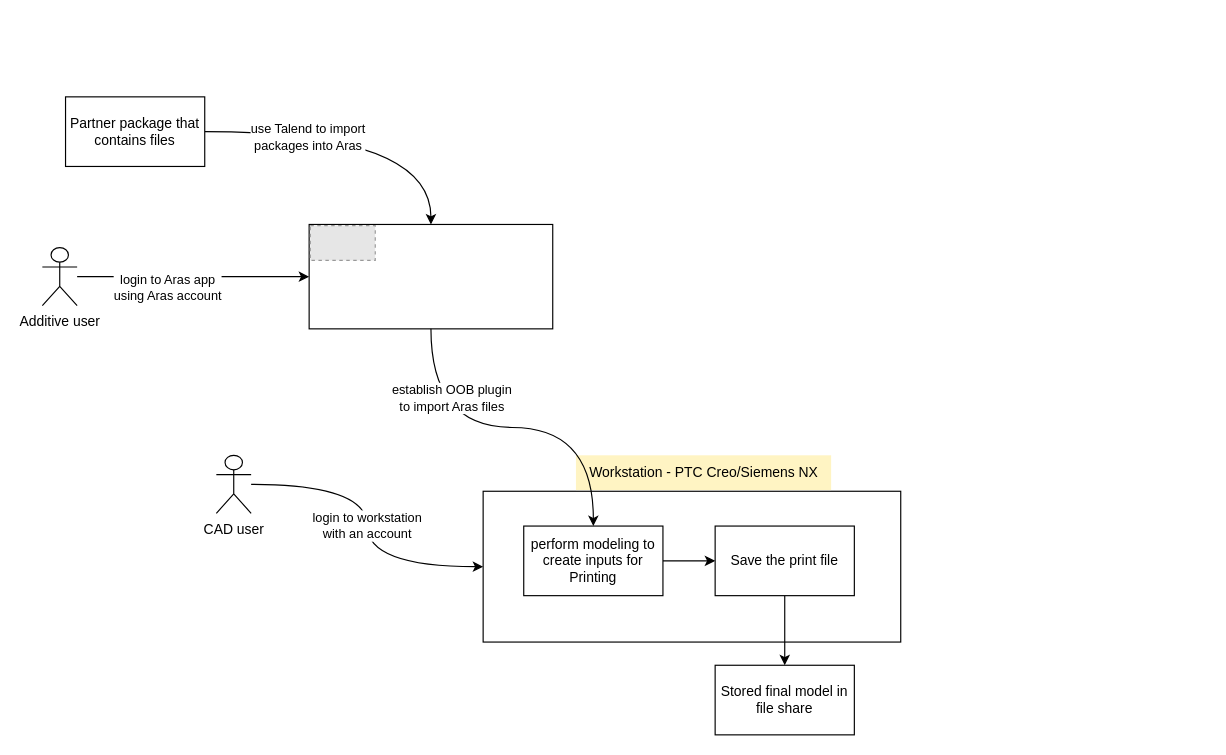
Before: page "RGBSI - DSP" (4 of 4) of Ibex - 2.drawio in coolsharepoint/Test, a draw.io diagram. Source tidied: cells renumbered, new cells numbered last; positions are measured from the earlier drawing's top-left corner, leaving out a move shared by most shapes. Both pictures are drawn from the tidied source at 116%, with x=0, y=0 at pixel (42, 96). Pictures stored in the file or linked from it are replaced by grey dashed boxes.
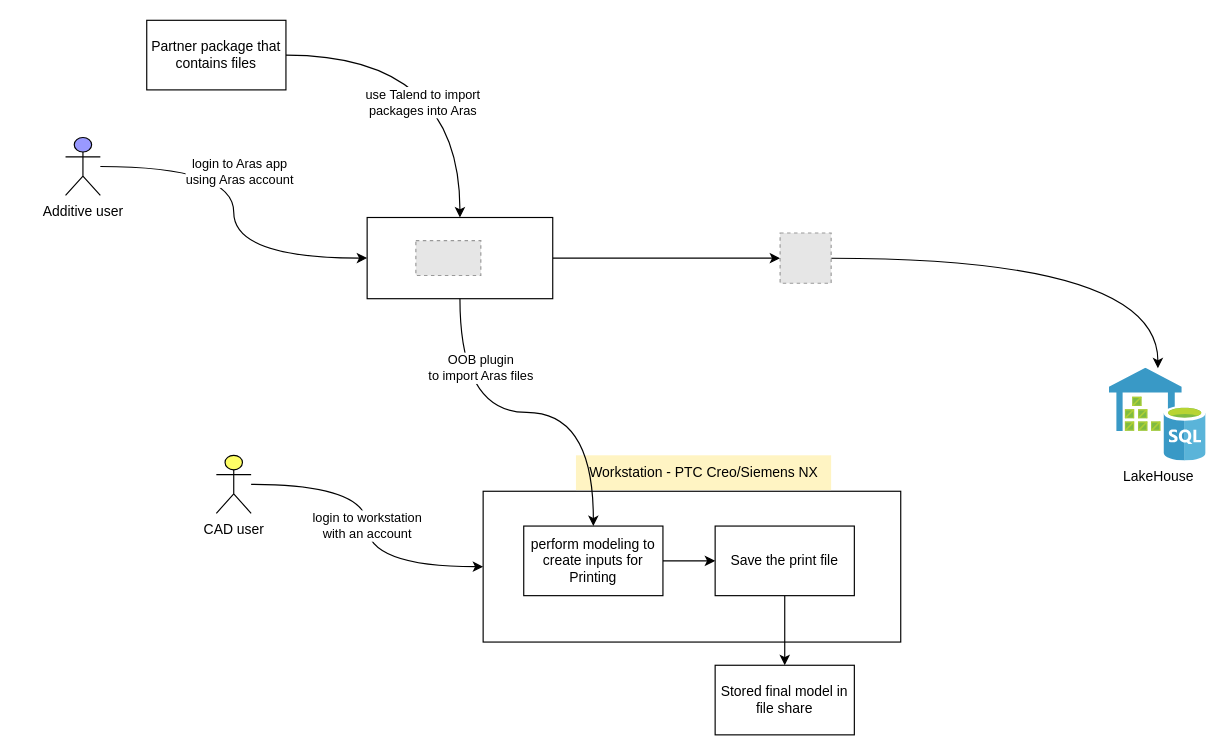
After the change.

Unchanged cells that the change refers to:
```xml
<mxCell id="12" style="edgeStyle=orthogonalEdgeStyle;rounded=0;jettySize=auto;html=1;curved=1;entryX=0.5;entryY=0;entryDx=0;entryDy=0;" parent="1" edge="1" source="14" target="11">
  <mxGeometry relative="1" as="geometry" />
</mxCell>
<mxCell id="15" style="edgeStyle=orthogonalEdgeStyle;rounded=0;jettySize=auto;html=1;entryX=0.5;entryY=0;entryDx=0;entryDy=0;curved=1;exitX=0.5;exitY=1;exitDx=0;exitDy=0;" parent="1" edge="1" source="11" target="6">
  <mxGeometry relative="1" as="geometry" />
</mxCell>
<mxCell id="17" style="edgeStyle=orthogonalEdgeStyle;rounded=0;jettySize=auto;html=1;entryX=0;entryY=0.5;entryDx=0;entryDy=0;curved=1;" parent="1" edge="1" source="19" target="11">
  <mxGeometry relative="1" as="geometry" />
</mxCell>
```

Diff of the diagram source:
```diff
@@
-    <mxCell id="3" value="CAD user" style="shape=umlActor;verticalLabelPosition=bottom;verticalAlign=top;html=1;outlineConnect=0;" parent="1" vertex="1">
+    <mxCell id="3" value="CAD user" style="shape=umlActor;verticalLabelPosition=bottom;verticalAlign=top;html=1;outlineConnect=0;fillColor=#FFFF66;" parent="1" vertex="1">
       <mxGeometry x="150" y="309" width="30" height="50" as="geometry" />
     </mxCell>
@@
+    <mxCell id="21" style="edgeStyle=orthogonalEdgeStyle;rounded=0;jettySize=auto;html=1;entryX=0;entryY=0.5;entryDx=0;entryDy=0;curved=1;" parent="1" edge="1" source="11" target="24">
+      <mxGeometry relative="1" as="geometry" />
+    </mxCell>
     <mxCell id="11" style="rounded=0;whiteSpace=wrap;html=1;" parent="1" vertex="1">
-      <mxGeometry x="230" y="110" width="210" height="90" as="geometry" />
+      <mxGeometry x="280" y="104" width="160" height="70" as="geometry" />
     </mxCell>
@@
     <mxCell id="13" value="use Talend to import &lt;br&gt;packages into Aras" style="edgeLabel;html=1;align=center;verticalAlign=middle;" parent="12" vertex="1">
-      <mxGeometry x="-0.36" y="-4" relative="1" as="geometry" />
+      <mxGeometry x="-0.36" y="-4" relative="1" as="geometry">
+        <mxPoint x="24" y="36" as="offset" />
+      </mxGeometry>
     </mxCell>
     <mxCell id="14" value="Partner package that contains files" style="rounded=0;whiteSpace=wrap;html=1;" parent="1" vertex="1">
-      <mxGeometry x="20" width="120" height="60" as="geometry" />
+      <mxGeometry x="90" y="-66" width="120" height="60" as="geometry" />
     </mxCell>
@@
-    <mxCell id="16" value="establish OOB plugin &lt;br&gt;to import Aras files" style="edgeLabel;html=1;align=center;verticalAlign=middle;" parent="15" vertex="1">
+    <mxCell id="16" value="OOB plugin &lt;br&gt;to import Aras files" style="edgeLabel;html=1;align=center;verticalAlign=middle;" parent="15" vertex="1">
       <mxGeometry x="-0.62" y="17" relative="1" as="geometry" />
     </mxCell>
@@
     <mxCell id="18" value="login to Aras app &lt;br&gt;using Aras account" style="edgeLabel;html=1;align=center;verticalAlign=middle;" parent="17" vertex="1">
-      <mxGeometry x="-0.23" y="-9" relative="1" as="geometry" />
+      <mxGeometry x="-0.23" y="-9" relative="1" as="geometry">
+        <mxPoint x="13" as="offset" />
+      </mxGeometry>
     </mxCell>
-    <mxCell id="19" value="Additive user" style="shape=umlActor;verticalLabelPosition=bottom;verticalAlign=top;html=1;outlineConnect=0;" parent="1" vertex="1">
-      <mxGeometry y="130" width="30" height="50" as="geometry" />
+    <mxCell id="19" value="Additive user" style="shape=umlActor;verticalLabelPosition=bottom;verticalAlign=top;html=1;outlineConnect=0;fillColor=#9999FF;" parent="1" vertex="1">
+      <mxGeometry x="20" y="35" width="30" height="50" as="geometry" />
     </mxCell>
     <mxCell id="20" style="fillColor=#E6E6E6;strokeColor=#999999;dashed=1;verticalLabelPosition=bottom;labelBackgroundColor=default;verticalAlign=top;" parent="1" vertex="1">
-      <mxGeometry x="231" y="111" width="56" height="30" as="geometry" />
+      <mxGeometry x="322" y="124" width="56" height="30" as="geometry" />
     </mxCell>
+    <mxCell id="22" value="LakeHouse" style="image;sketch=0;html=1;points=[];align=center;fontSize=12;image=img/lib/mscae/SQL_DataWarehouse.svg;" parent="1" vertex="1">
+      <mxGeometry x="920" y="234" width="83.3" height="80" as="geometry" />
+    </mxCell>
+    <mxCell id="23" style="edgeStyle=orthogonalEdgeStyle;rounded=0;jettySize=auto;html=1;curved=1;" parent="1" edge="1" source="24" target="22">
+      <mxGeometry relative="1" as="geometry" />
+    </mxCell>
+    <mxCell id="24" style="fillColor=#E6E6E6;strokeColor=#999999;dashed=1;verticalLabelPosition=bottom;labelBackgroundColor=default;verticalAlign=top;" parent="1" vertex="1">
+      <mxGeometry x="636" y="117.4" width="44" height="43.3" as="geometry" />
+    </mxCell>
```
